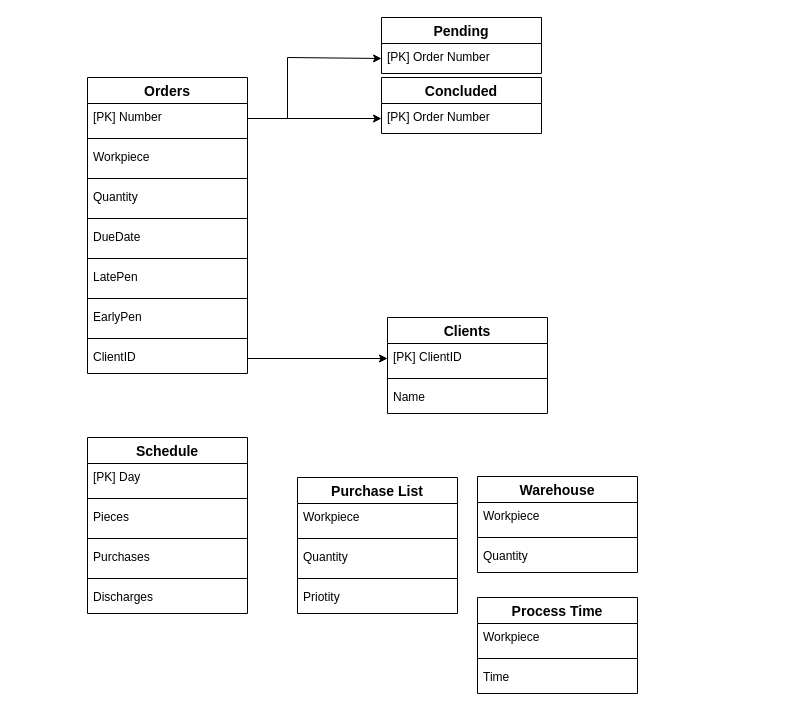
Before: page "Database Diagram" (3 of 12) of PLA_APP_Diagrams.drawio in gpizzigh-bit/Automation-of-a-Production-Line, a draw.io diagram. Source tidied: cells renumbered, new cells numbered last; positions are measured from the earlier drawing's top-left corner, leaving out a move shared by most shapes. Both pictures are drawn from the tidied source at 100%, with x=0, y=0 at pixel (87, 17).
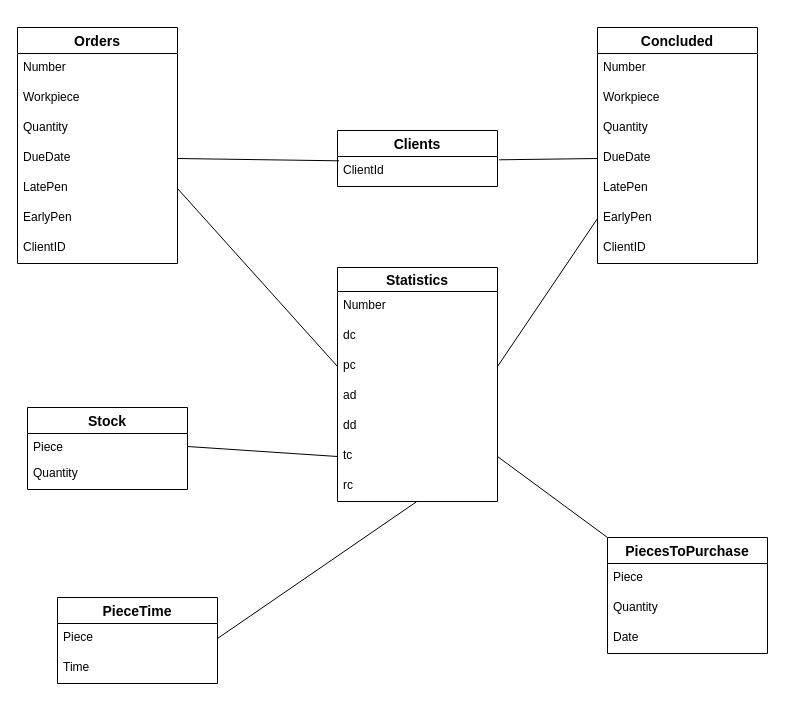
The same page after the edit.

Diff of the diagram source:
```diff
@@
     <mxCell id="2" value="Orders" style="swimlane;fontStyle=1;horizontal=1;startSize=26;align=center;fontSize=14;" parent="1" vertex="1">
-      <mxGeometry y="60" width="160" height="296" as="geometry" />
+      <mxGeometry x="-70" y="10" width="160" height="236" as="geometry" />
     </mxCell>
-    <mxCell id="3" value="[PK] Number" style="text;strokeColor=none;fillColor=none;spacingLeft=4;spacingRight=4;overflow=hidden;points=[[0,0.5],[1,0.5]];portConstraint=eastwest;fontSize=12;whiteSpace=wrap;html=1;" parent="2" vertex="1">
+    <mxCell id="3" value="Number" style="text;strokeColor=none;fillColor=none;spacingLeft=4;spacingRight=4;overflow=hidden;points=[[0,0.5],[1,0.5]];portConstraint=eastwest;fontSize=12;whiteSpace=wrap;html=1;" parent="2" vertex="1">
       <mxGeometry y="26" width="160" height="30" as="geometry" />
     </mxCell>
-    <mxCell id="4" style="line;strokeWidth=1;dashed=0;labelPosition=right;align=left;verticalAlign=middle;spacingTop=0;spacingLeft=6;" parent="2" vertex="1">
-      <mxGeometry y="56" width="160" height="10" as="geometry" />
-    </mxCell>
     <mxCell id="5" value="Workpiece" style="text;strokeColor=none;fillColor=none;spacingLeft=4;spacingRight=4;overflow=hidden;fontSize=12;whiteSpace=wrap;html=1;" parent="2" vertex="1">
-      <mxGeometry y="66" width="160" height="30" as="geometry" />
+      <mxGeometry y="56" width="160" height="30" as="geometry" />
     </mxCell>
-    <mxCell id="6" style="line;strokeWidth=1;dashed=0;labelPosition=right;align=left;verticalAlign=middle;spacingTop=0;spacingLeft=6;" parent="2" vertex="1">
-      <mxGeometry y="96" width="160" height="10" as="geometry" />
-    </mxCell>
     <mxCell id="7" value="Quantity" style="text;strokeColor=none;fillColor=none;spacingLeft=4;spacingRight=4;overflow=hidden;fontSize=12;whiteSpace=wrap;html=1;" parent="2" vertex="1">
-      <mxGeometry y="106" width="160" height="30" as="geometry" />
+      <mxGeometry y="86" width="160" height="30" as="geometry" />
     </mxCell>
-    <mxCell id="8" style="line;strokeWidth=1;dashed=0;labelPosition=right;align=left;verticalAlign=middle;spacingTop=0;spacingLeft=6;" parent="2" vertex="1">
-      <mxGeometry y="136" width="160" height="10" as="geometry" />
-    </mxCell>
     <mxCell id="9" value="DueDate" style="text;strokeColor=none;fillColor=none;spacingLeft=4;spacingRight=4;overflow=hidden;points=[[0,0.5],[1,0.5]];portConstraint=eastwest;fontSize=12;whiteSpace=wrap;html=1;" parent="2" vertex="1">
-      <mxGeometry y="146" width="160" height="30" as="geometry" />
+      <mxGeometry y="116" width="160" height="30" as="geometry" />
     </mxCell>
-    <mxCell id="10" style="line;strokeWidth=1;dashed=0;labelPosition=right;align=left;verticalAlign=middle;spacingTop=0;spacingLeft=6;" parent="2" vertex="1">
-      <mxGeometry y="176" width="160" height="10" as="geometry" />
-    </mxCell>
     <mxCell id="11" value="LatePen" style="text;strokeColor=none;fillColor=none;spacingLeft=4;spacingRight=4;overflow=hidden;points=[[0,0.5],[1,0.5]];portConstraint=eastwest;fontSize=12;whiteSpace=wrap;html=1;" parent="2" vertex="1">
-      <mxGeometry y="186" width="160" height="30" as="geometry" />
+      <mxGeometry y="146" width="160" height="30" as="geometry" />
     </mxCell>
-    <mxCell id="12" style="line;strokeWidth=1;dashed=0;labelPosition=right;align=left;verticalAlign=middle;spacingTop=0;spacingLeft=6;" parent="2" vertex="1">
-      <mxGeometry y="216" width="160" height="10" as="geometry" />
-    </mxCell>
     <mxCell id="13" value="EarlyPen" style="text;strokeColor=none;fillColor=none;spacingLeft=4;spacingRight=4;overflow=hidden;fontSize=12;whiteSpace=wrap;html=1;" parent="2" vertex="1">
-      <mxGeometry y="226" width="160" height="30" as="geometry" />
+      <mxGeometry y="176" width="160" height="30" as="geometry" />
     </mxCell>
-    <mxCell id="14" style="line;strokeWidth=1;dashed=0;labelPosition=right;align=left;verticalAlign=middle;spacingTop=0;spacingLeft=6;" parent="2" vertex="1">
-      <mxGeometry y="256" width="160" height="10" as="geometry" />
-    </mxCell>
     <mxCell id="15" value="ClientID" style="text;strokeColor=none;fillColor=none;spacingLeft=4;spacingRight=4;overflow=hidden;points=[[0,0.5],[1,0.5]];portConstraint=eastwest;fontSize=12;whiteSpace=wrap;html=1;" parent="2" vertex="1">
-      <mxGeometry y="266" width="160" height="30" as="geometry" />
+      <mxGeometry y="206" width="160" height="30" as="geometry" />
     </mxCell>
-    <mxCell id="16" value="Clients" style="swimlane;fontStyle=1;horizontal=1;startSize=26;align=center;fontSize=14;" parent="1" vertex="1">
-      <mxGeometry x="300" y="300" width="160" height="96" as="geometry" />
+    <mxCell id="16" value="Stock" style="swimlane;fontStyle=1;horizontal=1;startSize=26;align=center;fontSize=14;" parent="1" vertex="1">
+      <mxGeometry x="-60" y="390" width="160" height="82" as="geometry" />
     </mxCell>
-    <mxCell id="17" value="[PK] ClientID" style="text;strokeColor=none;fillColor=none;spacingLeft=4;spacingRight=4;overflow=hidden;points=[[0,0.5],[1,0.5]];portConstraint=eastwest;fontSize=12;whiteSpace=wrap;html=1;" parent="16" vertex="1">
-      <mxGeometry y="26" width="160" height="30" as="geometry" />
+    <mxCell id="17" value="Piece" style="text;strokeColor=none;fillColor=none;spacingLeft=4;spacingRight=4;overflow=hidden;points=[[0,0.5],[1,0.5]];portConstraint=eastwest;fontSize=12;whiteSpace=wrap;html=1;" parent="16" vertex="1">
+      <mxGeometry y="26" width="160" height="26" as="geometry" />
     </mxCell>
-    <mxCell id="18" style="line;strokeWidth=1;dashed=0;labelPosition=right;align=left;verticalAlign=middle;spacingTop=0;spacingLeft=6;" parent="16" vertex="1">
-      <mxGeometry y="56" width="160" height="10" as="geometry" />
-    </mxCell>
-    <mxCell id="19" value="Name" style="text;strokeColor=none;fillColor=none;spacingLeft=4;spacingRight=4;overflow=hidden;fontSize=12;whiteSpace=wrap;html=1;" parent="16" vertex="1">
-      <mxGeometry y="66" width="160" height="30" as="geometry" />
+    <mxCell id="19" value="Quantity" style="text;strokeColor=none;fillColor=none;spacingLeft=4;spacingRight=4;overflow=hidden;fontSize=12;whiteSpace=wrap;html=1;" parent="16" vertex="1">
+      <mxGeometry y="52" width="160" height="30" as="geometry" />
     </mxCell>
-    <mxCell id="20" value="Schedule" style="swimlane;fontStyle=1;horizontal=1;startSize=26;align=center;fontSize=14;" parent="1" vertex="1">
-      <mxGeometry y="420" width="160" height="176" as="geometry" />
-    </mxCell>
-    <mxCell id="21" value="[PK] Day" style="text;strokeColor=none;fillColor=none;spacingLeft=4;spacingRight=4;overflow=hidden;fontSize=12;whiteSpace=wrap;html=1;" parent="20" vertex="1">
-      <mxGeometry y="26" width="160" height="30" as="geometry" />
-    </mxCell>
-    <mxCell id="22" style="line;strokeWidth=1;dashed=0;labelPosition=right;align=left;verticalAlign=middle;spacingTop=0;spacingLeft=6;" parent="20" vertex="1">
-      <mxGeometry y="56" width="160" height="10" as="geometry" />
-    </mxCell>
-    <mxCell id="23" value="Pieces" style="text;strokeColor=none;fillColor=none;spacingLeft=4;spacingRight=4;overflow=hidden;fontSize=12;whiteSpace=wrap;html=1;" parent="20" vertex="1">
-      <mxGeometry y="66" width="160" height="30" as="geometry" />
-    </mxCell>
-    <mxCell id="24" style="line;strokeWidth=1;dashed=0;labelPosition=right;align=left;verticalAlign=middle;spacingTop=0;spacingLeft=6;" parent="20" vertex="1">
-      <mxGeometry y="96" width="160" height="10" as="geometry" />
-    </mxCell>
-    <mxCell id="25" value="Purchases" style="text;strokeColor=none;fillColor=none;spacingLeft=4;spacingRight=4;overflow=hidden;fontSize=12;whiteSpace=wrap;html=1;" parent="20" vertex="1">
-      <mxGeometry y="106" width="160" height="30" as="geometry" />
-    </mxCell>
-    <mxCell id="26" style="line;strokeWidth=1;dashed=0;labelPosition=right;align=left;verticalAlign=middle;spacingTop=0;spacingLeft=6;" parent="20" vertex="1">
-      <mxGeometry y="136" width="160" height="10" as="geometry" />
-    </mxCell>
-    <mxCell id="27" value="Discharges" style="text;strokeColor=none;fillColor=none;spacingLeft=4;spacingRight=4;overflow=hidden;fontSize=12;whiteSpace=wrap;html=1;" parent="20" vertex="1">
-      <mxGeometry y="146" width="160" height="30" as="geometry" />
-    </mxCell>
-    <mxCell id="28" style="edgeStyle=orthogonalEdgeStyle;rounded=0;jettySize=auto;html=1;entryX=0;entryY=0.5;entryDx=0;entryDy=0;" parent="1" edge="1" source="15" target="17">
-      <mxGeometry relative="1" as="geometry" />
-    </mxCell>
-    <mxCell id="29" value="Purchase List" style="swimlane;fontStyle=1;horizontal=1;startSize=26;align=center;fontSize=14;" parent="1" vertex="1">
-      <mxGeometry x="210" y="460" width="160" height="136" as="geometry" />
-    </mxCell>
-    <mxCell id="30" value="Workpiece" style="text;strokeColor=none;fillColor=none;spacingLeft=4;spacingRight=4;overflow=hidden;fontSize=12;whiteSpace=wrap;html=1;" parent="29" vertex="1">
-      <mxGeometry y="26" width="160" height="30" as="geometry" />
-    </mxCell>
-    <mxCell id="31" style="line;strokeWidth=1;dashed=0;labelPosition=right;align=left;verticalAlign=middle;spacingTop=0;spacingLeft=6;" parent="29" vertex="1">
-      <mxGeometry y="56" width="160" height="10" as="geometry" />
-    </mxCell>
-    <mxCell id="32" value="Quantity" style="text;strokeColor=none;fillColor=none;spacingLeft=4;spacingRight=4;overflow=hidden;fontSize=12;whiteSpace=wrap;html=1;" parent="29" vertex="1">
-      <mxGeometry y="66" width="160" height="30" as="geometry" />
-    </mxCell>
-    <mxCell id="33" style="line;strokeWidth=1;dashed=0;labelPosition=right;align=left;verticalAlign=middle;spacingTop=0;spacingLeft=6;" parent="29" vertex="1">
-      <mxGeometry y="96" width="160" height="10" as="geometry" />
-    </mxCell>
-    <mxCell id="34" value="Priotity" style="text;strokeColor=none;fillColor=none;spacingLeft=4;spacingRight=4;overflow=hidden;fontSize=12;whiteSpace=wrap;html=1;" parent="29" vertex="1">
-      <mxGeometry y="106" width="160" height="30" as="geometry" />
-    </mxCell>
-    <mxCell id="35" value="Pending" style="swimlane;fontStyle=1;horizontal=1;startSize=26;align=center;fontSize=14;" parent="1" vertex="1">
-      <mxGeometry x="294" width="160" height="56" as="geometry" />
+    <mxCell id="35" value="Clients" style="swimlane;fontStyle=1;horizontal=1;startSize=26;align=center;fontSize=14;" parent="1" vertex="1">
+      <mxGeometry x="250" y="113" width="160" height="56" as="geometry" />
     </mxCell>
-    <mxCell id="36" value="[PK] Order Number" style="text;strokeColor=none;fillColor=none;spacingLeft=4;spacingRight=4;overflow=hidden;points=[[0,0.5],[1,0.5]];portConstraint=eastwest;fontSize=12;whiteSpace=wrap;html=1;" parent="35" vertex="1">
+    <mxCell id="36" value="ClientId" style="text;strokeColor=none;fillColor=none;spacingLeft=4;spacingRight=4;overflow=hidden;points=[[0,0.5],[1,0.5]];portConstraint=eastwest;fontSize=12;whiteSpace=wrap;html=1;" parent="35" vertex="1">
       <mxGeometry y="26" width="160" height="30" as="geometry" />
     </mxCell>
+    <mxCell id="49" value="PiecesToPurchase" style="swimlane;fontStyle=1;horizontal=1;startSize=26;align=center;fontSize=14;" parent="1" vertex="1">
+      <mxGeometry x="520" y="520" width="160" height="116" as="geometry" />
+    </mxCell>
+    <mxCell id="50" value="Piece" style="text;strokeColor=none;fillColor=none;spacingLeft=4;spacingRight=4;overflow=hidden;fontSize=12;whiteSpace=wrap;html=1;" parent="49" vertex="1">
+      <mxGeometry y="26" width="160" height="30" as="geometry" />
+    </mxCell>
+    <mxCell id="51" value="Quantity" style="text;strokeColor=none;fillColor=none;spacingLeft=4;spacingRight=4;overflow=hidden;fontSize=12;whiteSpace=wrap;html=1;" parent="49" vertex="1">
+      <mxGeometry y="56" width="160" height="30" as="geometry" />
+    </mxCell>
+    <mxCell id="52" value="Date" style="text;strokeColor=none;fillColor=none;spacingLeft=4;spacingRight=4;overflow=hidden;fontSize=12;whiteSpace=wrap;html=1;" parent="49" vertex="1">
+      <mxGeometry y="86" width="160" height="30" as="geometry" />
+    </mxCell>
+    <mxCell id="53" value="PieceTime" style="swimlane;fontStyle=1;horizontal=1;startSize=26;align=center;fontSize=14;" parent="1" vertex="1">
+      <mxGeometry x="-30" y="580" width="160" height="86" as="geometry" />
+    </mxCell>
+    <mxCell id="54" value="Piece" style="text;strokeColor=none;fillColor=none;spacingLeft=4;spacingRight=4;overflow=hidden;points=[[0,0.5],[1,0.5]];portConstraint=eastwest;fontSize=12;whiteSpace=wrap;html=1;" parent="53" vertex="1">
+      <mxGeometry y="26" width="160" height="30" as="geometry" />
+    </mxCell>
+    <mxCell id="48" value="Time" style="text;strokeColor=none;fillColor=none;spacingLeft=4;spacingRight=4;overflow=hidden;fontSize=12;whiteSpace=wrap;html=1;" parent="53" vertex="1">
+      <mxGeometry y="56" width="160" height="30" as="geometry" />
+    </mxCell>
     <mxCell id="37" value="Concluded" style="swimlane;fontStyle=1;horizontal=1;startSize=26;align=center;fontSize=14;" parent="1" vertex="1">
-      <mxGeometry x="294" y="60" width="160" height="56" as="geometry" />
+      <mxGeometry x="510" y="10" width="160" height="236" as="geometry" />
     </mxCell>
-    <mxCell id="38" value="[PK] Order Number" style="text;strokeColor=none;fillColor=none;spacingLeft=4;spacingRight=4;overflow=hidden;points=[[0,0.5],[1,0.5]];portConstraint=eastwest;fontSize=12;whiteSpace=wrap;html=1;" parent="37" vertex="1">
-      <mxGeometry y="26" width="160" height="30" as="geometry" />
-    </mxCell>
-    <mxCell id="39" style="edgeStyle=orthogonalEdgeStyle;rounded=0;jettySize=auto;html=1;entryX=0;entryY=0.5;entryDx=0;entryDy=0;" parent="1" edge="1" source="3" target="36">
-      <mxGeometry relative="1" as="geometry">
-        <Array as="points">
-          <mxPoint x="200" y="101" />
-          <mxPoint x="200" y="40" />
-        </Array>
-      </mxGeometry>
-    </mxCell>
-    <mxCell id="40" style="edgeStyle=orthogonalEdgeStyle;rounded=0;jettySize=auto;html=1;" parent="1" edge="1" source="3" target="38">
-      <mxGeometry relative="1" as="geometry" />
-    </mxCell>
-    <mxCell id="41" value="Warehouse" style="swimlane;fontStyle=1;horizontal=1;startSize=26;align=center;fontSize=14;" parent="1" vertex="1">
-      <mxGeometry x="390" y="459" width="160" height="96" as="geometry" />
-    </mxCell>
-    <mxCell id="42" value="Workpiece" style="text;strokeColor=none;fillColor=none;spacingLeft=4;spacingRight=4;overflow=hidden;fontSize=12;whiteSpace=wrap;html=1;" parent="41" vertex="1">
-      <mxGeometry y="26" width="160" height="30" as="geometry" />
-    </mxCell>
-    <mxCell id="43" style="line;strokeWidth=1;dashed=0;labelPosition=right;align=left;verticalAlign=middle;spacingTop=0;spacingLeft=6;" parent="41" vertex="1">
-      <mxGeometry y="56" width="160" height="10" as="geometry" />
-    </mxCell>
-    <mxCell id="44" value="Quantity" style="text;strokeColor=none;fillColor=none;spacingLeft=4;spacingRight=4;overflow=hidden;fontSize=12;whiteSpace=wrap;html=1;" parent="41" vertex="1">
-      <mxGeometry y="66" width="160" height="30" as="geometry" />
-    </mxCell>
-    <mxCell id="45" value="Process Time" style="swimlane;fontStyle=1;horizontal=1;startSize=26;align=center;fontSize=14;" parent="1" vertex="1">
-      <mxGeometry x="390" y="580" width="160" height="96" as="geometry" />
-    </mxCell>
-    <mxCell id="46" value="Workpiece" style="text;strokeColor=none;fillColor=none;spacingLeft=4;spacingRight=4;overflow=hidden;fontSize=12;whiteSpace=wrap;html=1;" parent="45" vertex="1">
-      <mxGeometry y="26" width="160" height="30" as="geometry" />
-    </mxCell>
-    <mxCell id="47" style="line;strokeWidth=1;dashed=0;labelPosition=right;align=left;verticalAlign=middle;spacingTop=0;spacingLeft=6;" parent="45" vertex="1">
-      <mxGeometry y="56" width="160" height="10" as="geometry" />
-    </mxCell>
-    <mxCell id="48" value="Time" style="text;strokeColor=none;fillColor=none;spacingLeft=4;spacingRight=4;overflow=hidden;fontSize=12;whiteSpace=wrap;html=1;" parent="45" vertex="1">
-      <mxGeometry y="66" width="160" height="30" as="geometry" />
-    </mxCell>
+    <mxCell id="55" value="Number" style="text;strokeColor=none;fillColor=none;spacingLeft=4;spacingRight=4;overflow=hidden;fontSize=12;whiteSpace=wrap;html=1;" parent="37" vertex="1">
+      <mxGeometry y="26" width="160" height="30" as="geometry" />
+    </mxCell>
+    <mxCell id="56" value="Workpiece" style="text;strokeColor=none;fillColor=none;spacingLeft=4;spacingRight=4;overflow=hidden;fontSize=12;whiteSpace=wrap;html=1;" parent="37" vertex="1">
+      <mxGeometry y="56" width="160" height="30" as="geometry" />
+    </mxCell>
+    <mxCell id="57" value="Quantity" style="text;strokeColor=none;fillColor=none;spacingLeft=4;spacingRight=4;overflow=hidden;fontSize=12;whiteSpace=wrap;html=1;" parent="37" vertex="1">
+      <mxGeometry y="86" width="160" height="30" as="geometry" />
+    </mxCell>
+    <mxCell id="58" value="DueDate" style="text;strokeColor=none;fillColor=none;spacingLeft=4;spacingRight=4;overflow=hidden;points=[[0,0.5],[1,0.5]];portConstraint=eastwest;fontSize=12;whiteSpace=wrap;html=1;" parent="37" vertex="1">
+      <mxGeometry y="116" width="160" height="30" as="geometry" />
+    </mxCell>
+    <mxCell id="59" value="LatePen" style="text;strokeColor=none;fillColor=none;spacingLeft=4;spacingRight=4;overflow=hidden;fontSize=12;whiteSpace=wrap;html=1;" parent="37" vertex="1">
+      <mxGeometry y="146" width="160" height="30" as="geometry" />
+    </mxCell>
+    <mxCell id="60" value="EarlyPen" style="text;strokeColor=none;fillColor=none;spacingLeft=4;spacingRight=4;overflow=hidden;points=[[0,0.5],[1,0.5]];portConstraint=eastwest;fontSize=12;whiteSpace=wrap;html=1;" parent="37" vertex="1">
+      <mxGeometry y="176" width="160" height="30" as="geometry" />
+    </mxCell>
+    <mxCell id="61" value="ClientID" style="text;strokeColor=none;fillColor=none;spacingLeft=4;spacingRight=4;overflow=hidden;fontSize=12;whiteSpace=wrap;html=1;" parent="37" vertex="1">
+      <mxGeometry y="206" width="160" height="30" as="geometry" />
+    </mxCell>
+    <mxCell id="62" style="endArrow=none;html=1;rounded=0;entryX=0;entryY=0.5;entryDx=0;entryDy=0;exitX=1.01;exitY=0.11;exitDx=0;exitDy=0;exitPerimeter=0;" parent="1" edge="1" source="36" target="58">
+      <mxGeometry relative="1" as="geometry" />
+    </mxCell>
+    <mxCell id="63" style="endArrow=none;html=1;rounded=0;entryX=0.01;entryY=0.144;entryDx=0;entryDy=0;exitX=1;exitY=0.5;exitDx=0;exitDy=0;entryPerimeter=0;" parent="1" edge="1" source="9" target="36">
+      <mxGeometry relative="1" as="geometry" />
+    </mxCell>
+    <mxCell id="64" value="Statistics" style="swimlane;fontStyle=1;horizontal=1;startSize=24;align=center;fontSize=14;" parent="1" vertex="1">
+      <mxGeometry x="250" y="250" width="160" height="234" as="geometry" />
+    </mxCell>
+    <mxCell id="65" value="Number" style="text;strokeColor=none;fillColor=none;spacingLeft=4;spacingRight=4;overflow=hidden;fontSize=12;whiteSpace=wrap;html=1;" parent="64" vertex="1">
+      <mxGeometry y="24" width="160" height="30" as="geometry" />
+    </mxCell>
+    <mxCell id="66" value="dc" style="text;strokeColor=none;fillColor=none;spacingLeft=4;spacingRight=4;overflow=hidden;fontSize=12;whiteSpace=wrap;html=1;" parent="64" vertex="1">
+      <mxGeometry y="54" width="160" height="30" as="geometry" />
+    </mxCell>
+    <mxCell id="67" value="pc" style="text;strokeColor=none;fillColor=none;spacingLeft=4;spacingRight=4;overflow=hidden;points=[[0,0.5],[1,0.5]];portConstraint=eastwest;fontSize=12;whiteSpace=wrap;html=1;" parent="64" vertex="1">
+      <mxGeometry y="84" width="160" height="30" as="geometry" />
+    </mxCell>
+    <mxCell id="68" value="ad" style="text;strokeColor=none;fillColor=none;spacingLeft=4;spacingRight=4;overflow=hidden;fontSize=12;whiteSpace=wrap;html=1;" parent="64" vertex="1">
+      <mxGeometry y="114" width="160" height="30" as="geometry" />
+    </mxCell>
+    <mxCell id="69" value="dd" style="text;strokeColor=none;fillColor=none;spacingLeft=4;spacingRight=4;overflow=hidden;fontSize=12;whiteSpace=wrap;html=1;" parent="64" vertex="1">
+      <mxGeometry y="144" width="160" height="30" as="geometry" />
+    </mxCell>
+    <mxCell id="70" value="tc" style="text;strokeColor=none;fillColor=none;spacingLeft=4;spacingRight=4;overflow=hidden;points=[[0,0.5],[1,0.5]];portConstraint=eastwest;fontSize=12;whiteSpace=wrap;html=1;" parent="64" vertex="1">
+      <mxGeometry y="174" width="160" height="30" as="geometry" />
+    </mxCell>
+    <mxCell id="71" value="rc" style="text;strokeColor=none;fillColor=none;spacingLeft=4;spacingRight=4;overflow=hidden;points=[[0,0.5],[1,0.5]];portConstraint=eastwest;fontSize=12;whiteSpace=wrap;html=1;" parent="64" vertex="1">
+      <mxGeometry y="204" width="160" height="30" as="geometry" />
+    </mxCell>
+    <mxCell id="72" style="endArrow=none;html=1;rounded=0;exitX=0;exitY=0.5;exitDx=0;exitDy=0;entryX=1;entryY=0.5;entryDx=0;entryDy=0;" parent="1" edge="1" source="67" target="11">
+      <mxGeometry relative="1" as="geometry" />
+    </mxCell>
+    <mxCell id="73" style="endArrow=none;html=1;rounded=0;entryX=0;entryY=0.5;entryDx=0;entryDy=0;exitX=1;exitY=0.5;exitDx=0;exitDy=0;" parent="1" edge="1" source="67" target="60">
+      <mxGeometry relative="1" as="geometry" />
+    </mxCell>
+    <mxCell id="74" style="endArrow=none;html=1;rounded=0;entryX=0;entryY=0.5;entryDx=0;entryDy=0;exitX=1;exitY=0.5;exitDx=0;exitDy=0;" parent="1" edge="1" source="17" target="70">
+      <mxGeometry relative="1" as="geometry" />
+    </mxCell>
+    <mxCell id="75" style="endArrow=none;html=1;rounded=0;entryX=0;entryY=0;entryDx=0;entryDy=0;exitX=1;exitY=0.5;exitDx=0;exitDy=0;" parent="1" edge="1" source="70" target="49">
+      <mxGeometry relative="1" as="geometry" />
+    </mxCell>
+    <mxCell id="76" style="endArrow=none;html=1;rounded=0;entryX=0.494;entryY=1.008;entryDx=0;entryDy=0;exitX=1;exitY=0.5;exitDx=0;exitDy=0;entryPerimeter=0;" parent="1" edge="1" source="54" target="71">
+      <mxGeometry relative="1" as="geometry" />
+    </mxCell>
```
